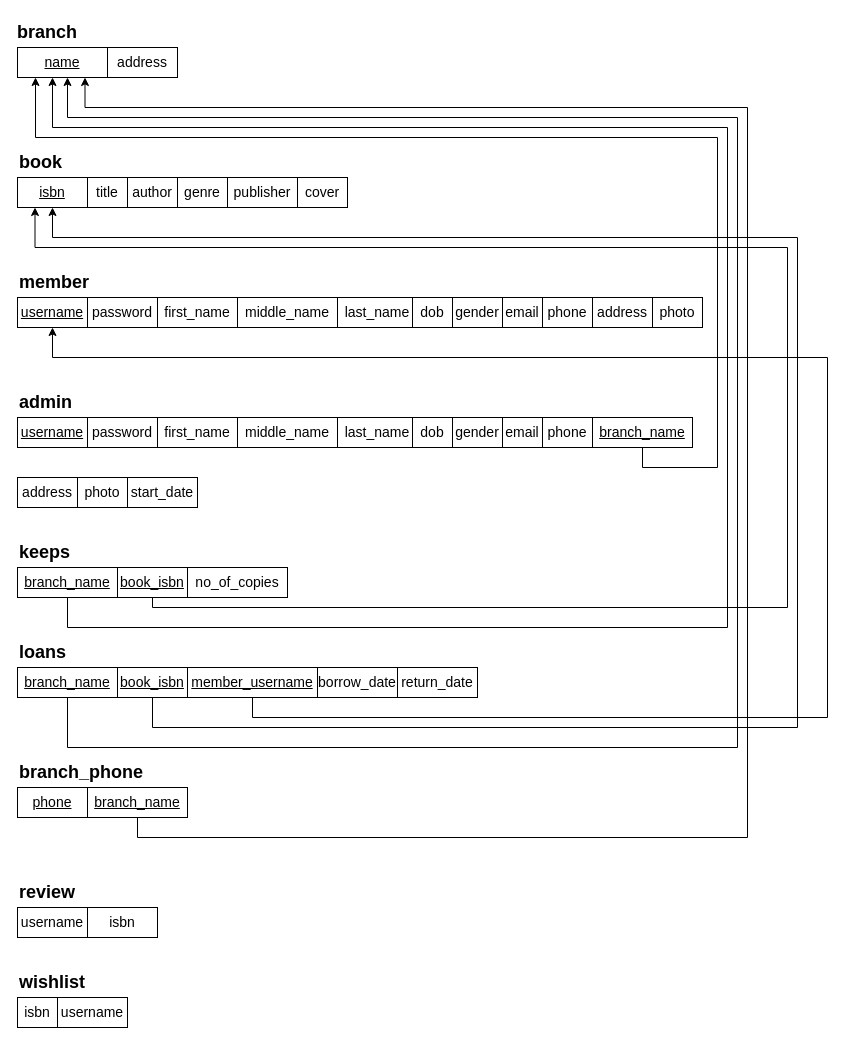
Before: Relational_table_Diagram.drawio in FahmidaNourin/NSU_Daatabase_Mysql, a draw.io diagram. Source tidied: cells renumbered, new cells numbered last; positions are measured from the earlier drawing's top-left corner, leaving out a move shared by most shapes. Both pictures are drawn from the tidied source at 100%, with x=0, y=0 at pixel (17, 17).
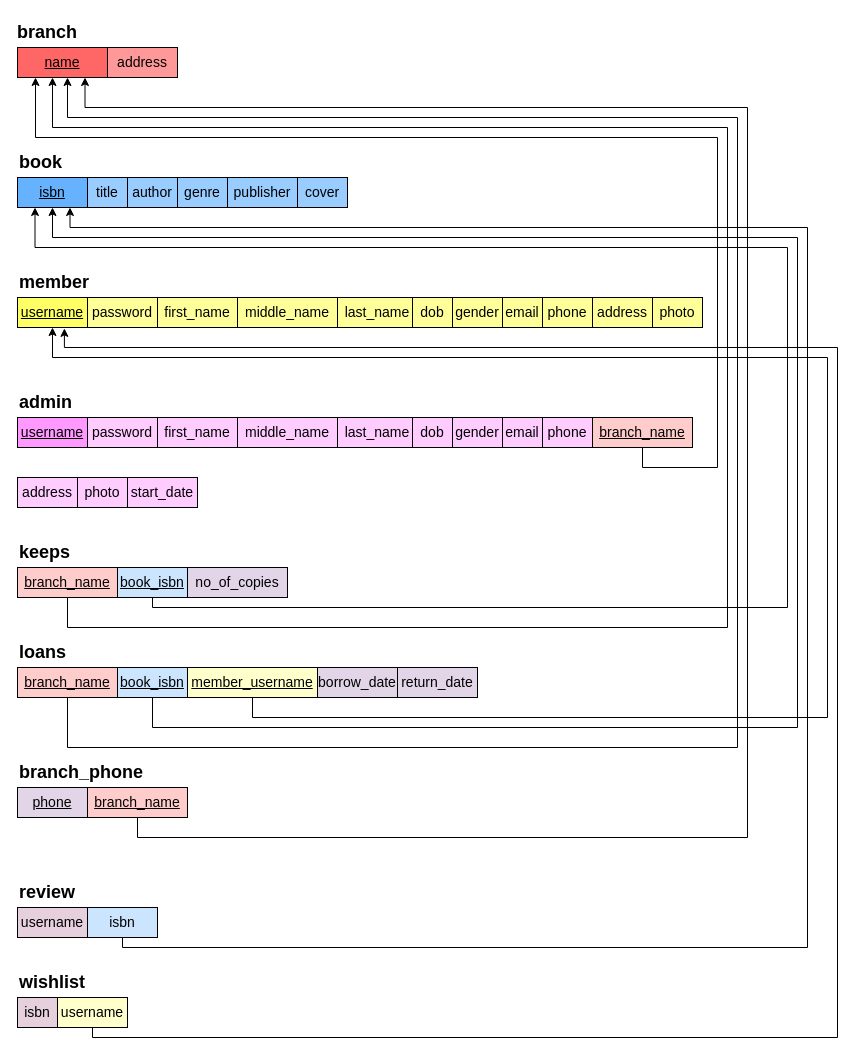
After the change.

What changed in the source:
```diff
@@
-    <mxCell id="2" value="&lt;u&gt;&lt;font style=&quot;font-size: 14px;&quot;&gt;name&lt;/font&gt;&lt;/u&gt;" style="rounded=0;whiteSpace=wrap;html=1;align=center;" parent="1" vertex="1">
+    <mxCell id="2" value="&lt;u&gt;&lt;font style=&quot;font-size: 14px;&quot;&gt;name&lt;/font&gt;&lt;/u&gt;" style="rounded=0;whiteSpace=wrap;html=1;align=center;fillColor=#FF6666;" parent="1" vertex="1">
       <mxGeometry y="30" width="90" height="30" as="geometry" />
     </mxCell>
-    <mxCell id="3" value="&lt;font style=&quot;font-size: 14px;&quot;&gt;address&lt;/font&gt;" style="rounded=0;whiteSpace=wrap;html=1;" parent="1" vertex="1">
+    <mxCell id="3" value="&lt;font style=&quot;font-size: 14px;&quot;&gt;address&lt;/font&gt;" style="rounded=0;whiteSpace=wrap;html=1;fillColor=#FF9999;" parent="1" vertex="1">
       <mxGeometry x="90" y="30" width="70" height="30" as="geometry" />
     </mxCell>
@@
-    <mxCell id="5" value="&lt;u&gt;&lt;font style=&quot;font-size: 14px;&quot;&gt;isbn&lt;/font&gt;&lt;/u&gt;" style="rounded=0;whiteSpace=wrap;html=1;" parent="1" vertex="1">
+    <mxCell id="5" value="&lt;u&gt;&lt;font style=&quot;font-size: 14px;&quot;&gt;isbn&lt;/font&gt;&lt;/u&gt;" style="rounded=0;whiteSpace=wrap;html=1;fillColor=#66B2FF;" parent="1" vertex="1">
       <mxGeometry y="160" width="70" height="30" as="geometry" />
     </mxCell>
-    <mxCell id="6" value="&lt;font style=&quot;font-size: 14px;&quot;&gt;title&lt;/font&gt;" style="rounded=0;whiteSpace=wrap;html=1;" parent="1" vertex="1">
+    <mxCell id="6" value="&lt;font style=&quot;font-size: 14px;&quot;&gt;title&lt;/font&gt;" style="rounded=0;whiteSpace=wrap;html=1;fillColor=#99CCFF;" parent="1" vertex="1">
       <mxGeometry x="70" y="160" width="40" height="30" as="geometry" />
     </mxCell>
@@
-    <mxCell id="8" value="&lt;u&gt;&lt;font style=&quot;font-size: 14px;&quot;&gt;username&lt;/font&gt;&lt;/u&gt;" style="rounded=0;whiteSpace=wrap;html=1;" parent="1" vertex="1">
+    <mxCell id="8" value="&lt;u&gt;&lt;font style=&quot;font-size: 14px;&quot;&gt;username&lt;/font&gt;&lt;/u&gt;" style="rounded=0;whiteSpace=wrap;html=1;fillColor=#FFFF66;" parent="1" vertex="1">
       <mxGeometry y="280" width="70" height="30" as="geometry" />
     </mxCell>
-    <mxCell id="9" value="&lt;font style=&quot;font-size: 14px;&quot;&gt;password&lt;/font&gt;" style="rounded=0;whiteSpace=wrap;html=1;" parent="1" vertex="1">
+    <mxCell id="9" value="&lt;font style=&quot;font-size: 14px;&quot;&gt;password&lt;/font&gt;" style="rounded=0;whiteSpace=wrap;html=1;fillColor=#FFFF99;" parent="1" vertex="1">
       <mxGeometry x="70" y="280" width="70" height="30" as="geometry" />
     </mxCell>
@@
-    <mxCell id="13" value="&lt;u&gt;&lt;font style=&quot;font-size: 14px;&quot;&gt;book_isbn&lt;/font&gt;&lt;/u&gt;" style="rounded=0;whiteSpace=wrap;html=1;" parent="1" vertex="1">
+    <mxCell id="13" value="&lt;u&gt;&lt;font style=&quot;font-size: 14px;&quot;&gt;book_isbn&lt;/font&gt;&lt;/u&gt;" style="rounded=0;whiteSpace=wrap;html=1;fillColor=#CCE5FF;" parent="1" vertex="1">
       <mxGeometry x="100" y="550" width="70" height="30" as="geometry" />
     </mxCell>
@@
-    <mxCell id="16" value="&lt;u&gt;&lt;font style=&quot;font-size: 14px;&quot;&gt;book_isbn&lt;/font&gt;&lt;/u&gt;" style="rounded=0;whiteSpace=wrap;html=1;" parent="1" vertex="1">
+    <mxCell id="16" value="&lt;u&gt;&lt;font style=&quot;font-size: 14px;&quot;&gt;book_isbn&lt;/font&gt;&lt;/u&gt;" style="rounded=0;whiteSpace=wrap;html=1;fillColor=#CCE5FF;" parent="1" vertex="1">
       <mxGeometry x="100" y="650" width="70" height="30" as="geometry" />
     </mxCell>
@@
-    <mxCell id="18" value="&lt;u&gt;&lt;font style=&quot;font-size: 14px;&quot;&gt;phone&lt;/font&gt;&lt;/u&gt;" style="rounded=0;whiteSpace=wrap;html=1;" parent="1" vertex="1">
+    <mxCell id="18" value="&lt;u&gt;&lt;font style=&quot;font-size: 14px;&quot;&gt;phone&lt;/font&gt;&lt;/u&gt;" style="rounded=0;whiteSpace=wrap;html=1;fillColor=#E1D5E7;" parent="1" vertex="1">
       <mxGeometry y="770" width="70" height="30" as="geometry" />
     </mxCell>
@@
-    <mxCell id="20" value="&lt;u&gt;&lt;font style=&quot;font-size: 14px;&quot;&gt;branch_name&lt;/font&gt;&lt;/u&gt;" style="rounded=0;whiteSpace=wrap;html=1;" parent="1" vertex="1">
+    <mxCell id="20" value="&lt;u&gt;&lt;font style=&quot;font-size: 14px;&quot;&gt;branch_name&lt;/font&gt;&lt;/u&gt;" style="rounded=0;whiteSpace=wrap;html=1;fillColor=#FFCCCC;" parent="1" vertex="1">
       <mxGeometry x="70" y="770" width="100" height="30" as="geometry" />
     </mxCell>
@@
-    <mxCell id="22" value="&lt;font style=&quot;font-size: 14px;&quot;&gt;username&lt;/font&gt;" style="rounded=0;whiteSpace=wrap;html=1;" parent="1" vertex="1">
+    <mxCell id="22" value="&lt;font style=&quot;font-size: 14px;&quot;&gt;username&lt;/font&gt;" style="rounded=0;whiteSpace=wrap;html=1;fillColor=#E6D0DE;" parent="1" vertex="1">
       <mxGeometry y="890" width="70" height="30" as="geometry" />
     </mxCell>
+    <mxCell id="64" style="edgeStyle=orthogonalEdgeStyle;rounded=0;jettySize=auto;html=1;fontSize=14;entryX=0.75;entryY=1;entryDx=0;entryDy=0;" parent="1" edge="1" source="23" target="5">
+      <mxGeometry relative="1" as="geometry">
+        <Array as="points">
+          <mxPoint x="105" y="930" />
+          <mxPoint x="790" y="930" />
+          <mxPoint x="790" y="210" />
+          <mxPoint x="53" y="210" />
+        </Array>
+      </mxGeometry>
+    </mxCell>
-    <mxCell id="23" value="&lt;font style=&quot;font-size: 14px;&quot;&gt;isbn&lt;/font&gt;" style="rounded=0;whiteSpace=wrap;html=1;" parent="1" vertex="1">
+    <mxCell id="23" value="&lt;font style=&quot;font-size: 14px;&quot;&gt;isbn&lt;/font&gt;" style="rounded=0;whiteSpace=wrap;html=1;fillColor=#CCE5FF;" parent="1" vertex="1">
       <mxGeometry x="70" y="890" width="70" height="30" as="geometry" />
     </mxCell>
@@
-    <mxCell id="25" value="&lt;font style=&quot;font-size: 14px;&quot;&gt;isbn&lt;/font&gt;" style="rounded=0;whiteSpace=wrap;html=1;" parent="1" vertex="1">
+    <mxCell id="25" value="&lt;font style=&quot;font-size: 14px;&quot;&gt;isbn&lt;/font&gt;" style="rounded=0;whiteSpace=wrap;html=1;fillColor=#E6D0DE;" parent="1" vertex="1">
       <mxGeometry y="980" width="40" height="30" as="geometry" />
     </mxCell>
+    <mxCell id="65" style="edgeStyle=orthogonalEdgeStyle;rounded=0;jettySize=auto;html=1;entryX=0.67;entryY=1.029;entryDx=0;entryDy=0;entryPerimeter=0;fontSize=14;" parent="1" edge="1" source="26" target="8">
+      <mxGeometry relative="1" as="geometry">
+        <Array as="points">
+          <mxPoint x="75" y="1020" />
+          <mxPoint x="820" y="1020" />
+          <mxPoint x="820" y="330" />
+          <mxPoint x="47" y="330" />
+        </Array>
+      </mxGeometry>
+    </mxCell>
-    <mxCell id="26" value="&lt;font style=&quot;font-size: 14px;&quot;&gt;username&lt;/font&gt;" style="rounded=0;whiteSpace=wrap;html=1;" parent="1" vertex="1">
+    <mxCell id="26" value="&lt;font style=&quot;font-size: 14px;&quot;&gt;username&lt;/font&gt;" style="rounded=0;whiteSpace=wrap;html=1;fillColor=#FFFFCC;" parent="1" vertex="1">
       <mxGeometry x="40" y="980" width="70" height="30" as="geometry" />
     </mxCell>
@@
-    <mxCell id="29" value="&lt;u&gt;&lt;font style=&quot;font-size: 14px;&quot;&gt;member_username&lt;/font&gt;&lt;/u&gt;" style="rounded=0;whiteSpace=wrap;html=1;" parent="1" vertex="1">
+    <mxCell id="29" value="&lt;u&gt;&lt;font style=&quot;font-size: 14px;&quot;&gt;member_username&lt;/font&gt;&lt;/u&gt;" style="rounded=0;whiteSpace=wrap;html=1;fillColor=#FFFFCC;" parent="1" vertex="1">
       <mxGeometry x="170" y="650" width="130" height="30" as="geometry" />
     </mxCell>
@@
-    <mxCell id="31" value="&lt;u&gt;&lt;font style=&quot;font-size: 14px;&quot;&gt;branch_name&lt;/font&gt;&lt;/u&gt;" style="rounded=0;whiteSpace=wrap;html=1;" parent="1" vertex="1">
+    <mxCell id="31" value="&lt;u&gt;&lt;font style=&quot;font-size: 14px;&quot;&gt;branch_name&lt;/font&gt;&lt;/u&gt;" style="rounded=0;whiteSpace=wrap;html=1;fillColor=#FFCCCC;" parent="1" vertex="1">
       <mxGeometry y="550" width="100" height="30" as="geometry" />
     </mxCell>
@@
-    <mxCell id="33" value="&lt;u&gt;&lt;font style=&quot;font-size: 14px;&quot;&gt;branch_name&lt;/font&gt;&lt;/u&gt;" style="rounded=0;whiteSpace=wrap;html=1;" parent="1" vertex="1">
+    <mxCell id="33" value="&lt;u&gt;&lt;font style=&quot;font-size: 14px;&quot;&gt;branch_name&lt;/font&gt;&lt;/u&gt;" style="rounded=0;whiteSpace=wrap;html=1;fillColor=#FFCCCC;" parent="1" vertex="1">
       <mxGeometry y="650" width="100" height="30" as="geometry" />
     </mxCell>
-    <mxCell id="34" value="&lt;font style=&quot;font-size: 14px;&quot;&gt;author&lt;/font&gt;" style="rounded=0;whiteSpace=wrap;html=1;" parent="1" vertex="1">
+    <mxCell id="34" value="&lt;font style=&quot;font-size: 14px;&quot;&gt;author&lt;/font&gt;" style="rounded=0;whiteSpace=wrap;html=1;fillColor=#99CCFF;" parent="1" vertex="1">
       <mxGeometry x="110" y="160" width="50" height="30" as="geometry" />
     </mxCell>
-    <mxCell id="35" value="&lt;font style=&quot;font-size: 14px;&quot;&gt;genre&lt;/font&gt;" style="rounded=0;whiteSpace=wrap;html=1;" parent="1" vertex="1">
+    <mxCell id="35" value="&lt;font style=&quot;font-size: 14px;&quot;&gt;genre&lt;/font&gt;" style="rounded=0;whiteSpace=wrap;html=1;fillColor=#99CCFF;" parent="1" vertex="1">
       <mxGeometry x="160" y="160" width="50" height="30" as="geometry" />
     </mxCell>
-    <mxCell id="36" value="&lt;font style=&quot;font-size: 14px;&quot;&gt;publisher&lt;/font&gt;" style="rounded=0;whiteSpace=wrap;html=1;" parent="1" vertex="1">
+    <mxCell id="36" value="&lt;font style=&quot;font-size: 14px;&quot;&gt;publisher&lt;/font&gt;" style="rounded=0;whiteSpace=wrap;html=1;fillColor=#99CCFF;" parent="1" vertex="1">
       <mxGeometry x="210" y="160" width="70" height="30" as="geometry" />
     </mxCell>
-    <mxCell id="37" value="&lt;font style=&quot;font-size: 14px;&quot;&gt;cover&lt;/font&gt;" style="rounded=0;whiteSpace=wrap;html=1;" parent="1" vertex="1">
+    <mxCell id="37" value="&lt;font style=&quot;font-size: 14px;&quot;&gt;cover&lt;/font&gt;" style="rounded=0;whiteSpace=wrap;html=1;fillColor=#99CCFF;" parent="1" vertex="1">
       <mxGeometry x="280" y="160" width="50" height="30" as="geometry" />
     </mxCell>
-    <mxCell id="38" value="&lt;font style=&quot;font-size: 14px;&quot;&gt;first_name&lt;/font&gt;" style="rounded=0;whiteSpace=wrap;html=1;" parent="1" vertex="1">
+    <mxCell id="38" value="&lt;font style=&quot;font-size: 14px;&quot;&gt;first_name&lt;/font&gt;" style="rounded=0;whiteSpace=wrap;html=1;fillColor=#FFFF99;" parent="1" vertex="1">
       <mxGeometry x="140" y="280" width="80" height="30" as="geometry" />
     </mxCell>
-    <mxCell id="39" value="&lt;font style=&quot;font-size: 14px;&quot;&gt;middle_name&lt;/font&gt;" style="rounded=0;whiteSpace=wrap;html=1;" parent="1" vertex="1">
+    <mxCell id="39" value="&lt;font style=&quot;font-size: 14px;&quot;&gt;middle_name&lt;/font&gt;" style="rounded=0;whiteSpace=wrap;html=1;fillColor=#FFFF99;" parent="1" vertex="1">
       <mxGeometry x="220" y="280" width="100" height="30" as="geometry" />
     </mxCell>
-    <mxCell id="40" value="&lt;font style=&quot;font-size: 14px;&quot;&gt;last_name&lt;/font&gt;" style="rounded=0;whiteSpace=wrap;html=1;" parent="1" vertex="1">
+    <mxCell id="40" value="&lt;font style=&quot;font-size: 14px;&quot;&gt;last_name&lt;/font&gt;" style="rounded=0;whiteSpace=wrap;html=1;fillColor=#FFFF99;" parent="1" vertex="1">
       <mxGeometry x="320" y="280" width="80" height="30" as="geometry" />
     </mxCell>
-    <mxCell id="41" value="&lt;font style=&quot;font-size: 14px;&quot;&gt;dob&lt;/font&gt;" style="rounded=0;whiteSpace=wrap;html=1;" parent="1" vertex="1">
+    <mxCell id="41" value="&lt;font style=&quot;font-size: 14px;&quot;&gt;dob&lt;/font&gt;" style="rounded=0;whiteSpace=wrap;html=1;fillColor=#FFFF99;" parent="1" vertex="1">
       <mxGeometry x="395" y="280" width="40" height="30" as="geometry" />
     </mxCell>
-    <mxCell id="42" value="&lt;font style=&quot;font-size: 14px;&quot;&gt;gender&lt;/font&gt;" style="rounded=0;whiteSpace=wrap;html=1;" parent="1" vertex="1">
+    <mxCell id="42" value="&lt;font style=&quot;font-size: 14px;&quot;&gt;gender&lt;/font&gt;" style="rounded=0;whiteSpace=wrap;html=1;fillColor=#FFFF99;" parent="1" vertex="1">
       <mxGeometry x="435" y="280" width="50" height="30" as="geometry" />
     </mxCell>
-    <mxCell id="43" value="&lt;font style=&quot;font-size: 14px;&quot;&gt;email&lt;/font&gt;" style="rounded=0;whiteSpace=wrap;html=1;" parent="1" vertex="1">
+    <mxCell id="43" value="&lt;font style=&quot;font-size: 14px;&quot;&gt;email&lt;/font&gt;" style="rounded=0;whiteSpace=wrap;html=1;fillColor=#FFFF99;" parent="1" vertex="1">
       <mxGeometry x="485" y="280" width="40" height="30" as="geometry" />
     </mxCell>
-    <mxCell id="44" value="&lt;font style=&quot;font-size: 14px;&quot;&gt;phone&lt;/font&gt;" style="rounded=0;whiteSpace=wrap;html=1;" parent="1" vertex="1">
+    <mxCell id="44" value="&lt;font style=&quot;font-size: 14px;&quot;&gt;phone&lt;/font&gt;" style="rounded=0;whiteSpace=wrap;html=1;fillColor=#FFFF99;" parent="1" vertex="1">
       <mxGeometry x="525" y="280" width="50" height="30" as="geometry" />
     </mxCell>
-    <mxCell id="45" value="&lt;font style=&quot;font-size: 14px;&quot;&gt;address&lt;/font&gt;" style="rounded=0;whiteSpace=wrap;html=1;" parent="1" vertex="1">
+    <mxCell id="45" value="&lt;font style=&quot;font-size: 14px;&quot;&gt;address&lt;/font&gt;" style="rounded=0;whiteSpace=wrap;html=1;fillColor=#FFFF99;" parent="1" vertex="1">
       <mxGeometry x="575" y="280" width="60" height="30" as="geometry" />
     </mxCell>
-    <mxCell id="46" value="&lt;font style=&quot;font-size: 14px;&quot;&gt;photo&lt;/font&gt;" style="rounded=0;whiteSpace=wrap;html=1;" parent="1" vertex="1">
+    <mxCell id="46" value="&lt;font style=&quot;font-size: 14px;&quot;&gt;photo&lt;/font&gt;" style="rounded=0;whiteSpace=wrap;html=1;fillColor=#FFFF99;" parent="1" vertex="1">
       <mxGeometry x="635" y="280" width="50" height="30" as="geometry" />
     </mxCell>
-    <mxCell id="47" value="&lt;u&gt;&lt;font style=&quot;font-size: 14px;&quot;&gt;username&lt;/font&gt;&lt;/u&gt;" style="rounded=0;whiteSpace=wrap;html=1;" parent="1" vertex="1">
+    <mxCell id="47" value="&lt;u&gt;&lt;font style=&quot;font-size: 14px;&quot;&gt;username&lt;/font&gt;&lt;/u&gt;" style="rounded=0;whiteSpace=wrap;html=1;fillColor=#FF99FF;" parent="1" vertex="1">
       <mxGeometry y="400" width="70" height="30" as="geometry" />
     </mxCell>
-    <mxCell id="48" value="&lt;font style=&quot;font-size: 14px;&quot;&gt;password&lt;/font&gt;" style="rounded=0;whiteSpace=wrap;html=1;" parent="1" vertex="1">
+    <mxCell id="48" value="&lt;font style=&quot;font-size: 14px;&quot;&gt;password&lt;/font&gt;" style="rounded=0;whiteSpace=wrap;html=1;fillColor=#FFCCFF;" parent="1" vertex="1">
       <mxGeometry x="70" y="400" width="70" height="30" as="geometry" />
     </mxCell>
-    <mxCell id="49" value="&lt;font style=&quot;font-size: 14px;&quot;&gt;first_name&lt;/font&gt;" style="rounded=0;whiteSpace=wrap;html=1;" parent="1" vertex="1">
+    <mxCell id="49" value="&lt;font style=&quot;font-size: 14px;&quot;&gt;first_name&lt;/font&gt;" style="rounded=0;whiteSpace=wrap;html=1;fillColor=#FFCCFF;" parent="1" vertex="1">
       <mxGeometry x="140" y="400" width="80" height="30" as="geometry" />
     </mxCell>
-    <mxCell id="50" value="&lt;font style=&quot;font-size: 14px;&quot;&gt;middle_name&lt;/font&gt;" style="rounded=0;whiteSpace=wrap;html=1;" parent="1" vertex="1">
+    <mxCell id="50" value="&lt;font style=&quot;font-size: 14px;&quot;&gt;middle_name&lt;/font&gt;" style="rounded=0;whiteSpace=wrap;html=1;fillColor=#FFCCFF;" parent="1" vertex="1">
       <mxGeometry x="220" y="400" width="100" height="30" as="geometry" />
     </mxCell>
-    <mxCell id="51" value="&lt;font style=&quot;font-size: 14px;&quot;&gt;last_name&lt;/font&gt;" style="rounded=0;whiteSpace=wrap;html=1;" parent="1" vertex="1">
+    <mxCell id="51" value="&lt;font style=&quot;font-size: 14px;&quot;&gt;last_name&lt;/font&gt;" style="rounded=0;whiteSpace=wrap;html=1;fillColor=#FFCCFF;" parent="1" vertex="1">
       <mxGeometry x="320" y="400" width="80" height="30" as="geometry" />
     </mxCell>
-    <mxCell id="52" value="&lt;font style=&quot;font-size: 14px;&quot;&gt;dob&lt;/font&gt;" style="rounded=0;whiteSpace=wrap;html=1;" parent="1" vertex="1">
+    <mxCell id="52" value="&lt;font style=&quot;font-size: 14px;&quot;&gt;dob&lt;/font&gt;" style="rounded=0;whiteSpace=wrap;html=1;fillColor=#FFCCFF;" parent="1" vertex="1">
       <mxGeometry x="395" y="400" width="40" height="30" as="geometry" />
     </mxCell>
-    <mxCell id="53" value="&lt;font style=&quot;font-size: 14px;&quot;&gt;gender&lt;/font&gt;" style="rounded=0;whiteSpace=wrap;html=1;" parent="1" vertex="1">
+    <mxCell id="53" value="&lt;font style=&quot;font-size: 14px;&quot;&gt;gender&lt;/font&gt;" style="rounded=0;whiteSpace=wrap;html=1;fillColor=#FFCCFF;" parent="1" vertex="1">
       <mxGeometry x="435" y="400" width="50" height="30" as="geometry" />
     </mxCell>
-    <mxCell id="54" value="&lt;font style=&quot;font-size: 14px;&quot;&gt;email&lt;/font&gt;" style="rounded=0;whiteSpace=wrap;html=1;" parent="1" vertex="1">
+    <mxCell id="54" value="&lt;font style=&quot;font-size: 14px;&quot;&gt;email&lt;/font&gt;" style="rounded=0;whiteSpace=wrap;html=1;fillColor=#FFCCFF;" parent="1" vertex="1">
       <mxGeometry x="485" y="400" width="40" height="30" as="geometry" />
     </mxCell>
-    <mxCell id="55" value="&lt;font style=&quot;font-size: 14px;&quot;&gt;phone&lt;/font&gt;" style="rounded=0;whiteSpace=wrap;html=1;" parent="1" vertex="1">
+    <mxCell id="55" value="&lt;font style=&quot;font-size: 14px;&quot;&gt;phone&lt;/font&gt;" style="rounded=0;whiteSpace=wrap;html=1;fillColor=#FFCCFF;" parent="1" vertex="1">
       <mxGeometry x="525" y="400" width="50" height="30" as="geometry" />
     </mxCell>
-    <mxCell id="56" value="&lt;font style=&quot;font-size: 14px;&quot;&gt;address&lt;/font&gt;" style="rounded=0;whiteSpace=wrap;html=1;" parent="1" vertex="1">
+    <mxCell id="56" value="&lt;font style=&quot;font-size: 14px;&quot;&gt;address&lt;/font&gt;" style="rounded=0;whiteSpace=wrap;html=1;fillColor=#FFCCFF;" parent="1" vertex="1">
       <mxGeometry y="460" width="60" height="30" as="geometry" />
     </mxCell>
-    <mxCell id="57" value="&lt;font style=&quot;font-size: 14px;&quot;&gt;photo&lt;/font&gt;" style="rounded=0;whiteSpace=wrap;html=1;" parent="1" vertex="1">
+    <mxCell id="57" value="&lt;font style=&quot;font-size: 14px;&quot;&gt;photo&lt;/font&gt;" style="rounded=0;whiteSpace=wrap;html=1;fillColor=#FFCCFF;" parent="1" vertex="1">
       <mxGeometry x="60" y="460" width="50" height="30" as="geometry" />
     </mxCell>
-    <mxCell id="58" value="&lt;font style=&quot;font-size: 14px;&quot;&gt;start_date&lt;/font&gt;" style="rounded=0;whiteSpace=wrap;html=1;" parent="1" vertex="1">
+    <mxCell id="58" value="&lt;font style=&quot;font-size: 14px;&quot;&gt;start_date&lt;/font&gt;" style="rounded=0;whiteSpace=wrap;html=1;fillColor=#FFCCFF;" parent="1" vertex="1">
       <mxGeometry x="110" y="460" width="70" height="30" as="geometry" />
     </mxCell>
-    <mxCell id="59" value="&lt;font style=&quot;font-size: 14px;&quot;&gt;no_of_copies&lt;/font&gt;" style="rounded=0;whiteSpace=wrap;html=1;" parent="1" vertex="1">
+    <mxCell id="59" value="&lt;font style=&quot;font-size: 14px;&quot;&gt;no_of_copies&lt;/font&gt;" style="rounded=0;whiteSpace=wrap;html=1;fillColor=#E1D5E7;" parent="1" vertex="1">
       <mxGeometry x="170" y="550" width="100" height="30" as="geometry" />
     </mxCell>
-    <mxCell id="60" value="&lt;font style=&quot;font-size: 14px;&quot;&gt;return_date&lt;/font&gt;" style="rounded=0;whiteSpace=wrap;html=1;" parent="1" vertex="1">
+    <mxCell id="60" value="&lt;font style=&quot;font-size: 14px;&quot;&gt;return_date&lt;/font&gt;" style="rounded=0;whiteSpace=wrap;html=1;fillColor=#E1D5E7;" parent="1" vertex="1">
       <mxGeometry x="380" y="650" width="80" height="30" as="geometry" />
     </mxCell>
-    <mxCell id="61" value="&lt;font style=&quot;font-size: 14px;&quot;&gt;borrow_date&lt;/font&gt;" style="rounded=0;whiteSpace=wrap;html=1;" parent="1" vertex="1">
+    <mxCell id="61" value="&lt;font style=&quot;font-size: 14px;&quot;&gt;borrow_date&lt;/font&gt;" style="rounded=0;whiteSpace=wrap;html=1;fillColor=#E1D5E7;" parent="1" vertex="1">
       <mxGeometry x="300" y="650" width="80" height="30" as="geometry" />
     </mxCell>
@@
-    <mxCell id="63" value="&lt;u&gt;&lt;font style=&quot;font-size: 14px;&quot;&gt;branch_name&lt;/font&gt;&lt;/u&gt;" style="rounded=0;whiteSpace=wrap;html=1;" parent="1" vertex="1">
+    <mxCell id="63" value="&lt;u&gt;&lt;font style=&quot;font-size: 14px;&quot;&gt;branch_name&lt;/font&gt;&lt;/u&gt;" style="rounded=0;whiteSpace=wrap;html=1;fillColor=#FFCCCC;" parent="1" vertex="1">
       <mxGeometry x="575" y="400" width="100" height="30" as="geometry" />
     </mxCell>
```
